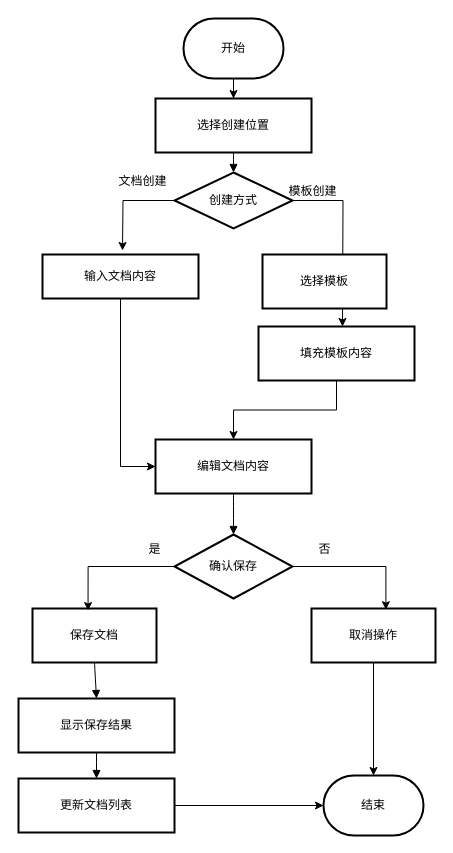
Above: 新建文档.drawio in Redbiga/drawStorage (draw.io), before the change. Source tidied: cells renumbered, new cells numbered last; positions are measured from the earlier drawing's top-left corner, leaving out a move shared by most shapes. Both pictures are drawn from the tidied source at 100%, with x=0, y=0 at pixel (18, 18).
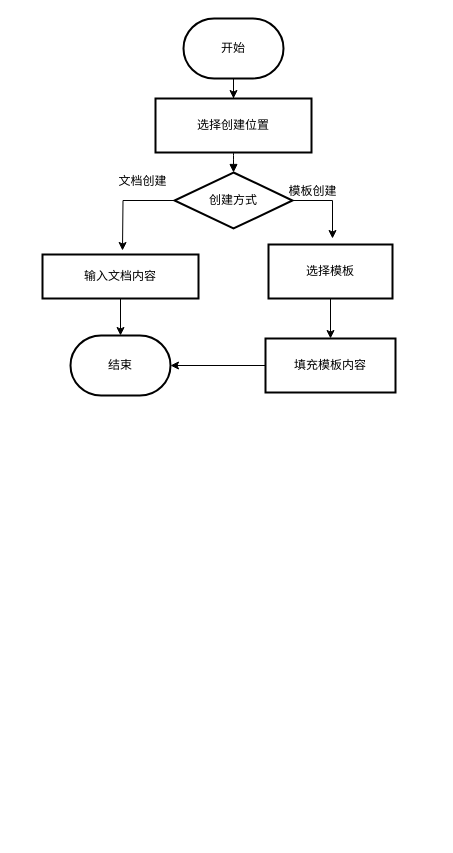
Above is the later version.

Commit message (it also covers changes not shown here):
更新新建文档.drawio

The change refers to these unchanged cells:
```xml
<mxCell id="5" value="创建方式" style="rhombus;strokeWidth=2;whiteSpace=wrap;" parent="1" vertex="1">
  <mxGeometry x="156" y="154" width="118" height="56" as="geometry" />
</mxCell>
<mxCell id="7" value="输入文档内容" style="whiteSpace=wrap;strokeWidth=2;" parent="1" vertex="1">
  <mxGeometry x="24" y="236" width="156" height="44" as="geometry" />
</mxCell>
```

What changed in the source:
```diff
@@
     <mxCell id="3" style="edgeStyle=orthogonalEdgeStyle;rounded=0;jettySize=auto;html=1;" parent="1" edge="1" source="5">
       <mxGeometry relative="1" as="geometry">
-        <mxPoint x="324" y="308" as="targetPoint" />
+        <mxPoint x="314" y="220" as="targetPoint" />
+        <Array as="points">
+          <mxPoint x="314" y="182" />
+        </Array>
       </mxGeometry>
     </mxCell>
@@
-    <mxCell id="6" style="edgeStyle=orthogonalEdgeStyle;rounded=0;jettySize=auto;html=1;entryX=0;entryY=0.5;entryDx=0;entryDy=0;" parent="1" edge="1" source="7" target="11">
-      <mxGeometry relative="1" as="geometry" />
-    </mxCell>
+    <mxCell id="32" style="edgeStyle=orthogonalEdgeStyle;rounded=0;jettySize=auto;html=1;" parent="1" edge="1" source="7" target="29">
+      <mxGeometry relative="1" as="geometry" />
+    </mxCell>
@@
+    <mxCell id="33" style="edgeStyle=orthogonalEdgeStyle;rounded=0;jettySize=auto;html=1;" parent="1" edge="1" source="8" target="10">
+      <mxGeometry relative="1" as="geometry" />
+    </mxCell>
     <mxCell id="8" value="选择模板" style="whiteSpace=wrap;strokeWidth=2;" parent="1" vertex="1">
-      <mxGeometry x="244" y="236" width="124" height="54" as="geometry" />
+      <mxGeometry x="250" y="226" width="124" height="54" as="geometry" />
     </mxCell>
-    <mxCell id="9" style="edgeStyle=orthogonalEdgeStyle;rounded=0;jettySize=auto;html=1;" parent="1" edge="1" source="10" target="11">
-      <mxGeometry relative="1" as="geometry" />
-    </mxCell>
+    <mxCell id="34" style="edgeStyle=orthogonalEdgeStyle;rounded=0;jettySize=auto;html=1;" parent="1" edge="1" source="10" target="29">
+      <mxGeometry relative="1" as="geometry" />
+    </mxCell>
     <mxCell id="10" value="填充模板内容" style="whiteSpace=wrap;strokeWidth=2;" parent="1" vertex="1">
-      <mxGeometry x="240" y="308" width="156" height="54" as="geometry" />
+      <mxGeometry x="247" y="320" width="130" height="54" as="geometry" />
     </mxCell>
-    <mxCell id="11" value="编辑文档内容" style="whiteSpace=wrap;strokeWidth=2;" parent="1" vertex="1">
-      <mxGeometry x="137" y="421" width="156" height="54" as="geometry" />
-    </mxCell>
-    <mxCell id="12" value="确认保存" style="rhombus;strokeWidth=2;whiteSpace=wrap;" parent="1" vertex="1">
-      <mxGeometry x="156" y="516" width="118" height="64" as="geometry" />
-    </mxCell>
-    <mxCell id="13" value="保存文档" style="whiteSpace=wrap;strokeWidth=2;" parent="1" vertex="1">
-      <mxGeometry x="14" y="590" width="124" height="54" as="geometry" />
-    </mxCell>
-    <mxCell id="14" value="显示保存结果" style="whiteSpace=wrap;strokeWidth=2;" parent="1" vertex="1">
-      <mxGeometry y="680" width="156" height="54" as="geometry" />
-    </mxCell>
-    <mxCell id="15" value="更新文档列表" style="whiteSpace=wrap;strokeWidth=2;" parent="1" vertex="1">
-      <mxGeometry y="760" width="156" height="54" as="geometry" />
-    </mxCell>
-    <mxCell id="16" value="取消操作" style="whiteSpace=wrap;strokeWidth=2;" parent="1" vertex="1">
-      <mxGeometry x="293" y="590" width="124" height="54" as="geometry" />
-    </mxCell>
@@
-    <mxCell id="18" style="curved=1;startArrow=none;endArrow=block;exitX=0.5;exitY=1.01;entryX=0.5;entryY=0;rounded=0;" parent="1" edge="1" source="11" target="12">
-      <mxGeometry relative="1" as="geometry" />
-    </mxCell>
-    <mxCell id="19" style="curved=1;startArrow=none;endArrow=block;exitX=0.5;exitY=1;entryX=0.5;entryY=0;rounded=0;" parent="1" edge="1" source="13" target="14">
-      <mxGeometry relative="1" as="geometry" />
-    </mxCell>
-    <mxCell id="20" style="curved=1;startArrow=none;endArrow=block;exitX=0.5;exitY=1;entryX=0.5;entryY=0;rounded=0;" parent="1" edge="1" source="14" target="15">
-      <mxGeometry relative="1" as="geometry" />
-    </mxCell>
@@
-    <mxCell id="25" style="edgeStyle=orthogonalEdgeStyle;rounded=0;jettySize=auto;html=1;entryX=0.448;entryY=0.037;entryDx=0;entryDy=0;entryPerimeter=0;" parent="1" edge="1" source="12" target="13">
-      <mxGeometry relative="1" as="geometry" />
-    </mxCell>
-    <mxCell id="26" style="edgeStyle=orthogonalEdgeStyle;rounded=0;jettySize=auto;html=1;entryX=0.6;entryY=0.022;entryDx=0;entryDy=0;entryPerimeter=0;" parent="1" edge="1" source="12" target="16">
-      <mxGeometry relative="1" as="geometry" />
-    </mxCell>
-    <mxCell id="27" value="是" style="text;html=1;align=center;verticalAlign=middle;strokeColor=none;fillColor=none;" parent="1" vertex="1">
-      <mxGeometry x="116" y="516" width="40" height="30" as="geometry" />
-    </mxCell>
-    <mxCell id="28" value="否" style="text;html=1;align=center;verticalAlign=middle;strokeColor=none;fillColor=none;" parent="1" vertex="1">
-      <mxGeometry x="286" y="516" width="40" height="30" as="geometry" />
-    </mxCell>
     <mxCell id="29" value="结束" style="strokeWidth=2;html=1;shape=mxgraph.flowchart.terminator;whiteSpace=wrap;" parent="1" vertex="1">
-      <mxGeometry x="305" y="757" width="100" height="60" as="geometry" />
+      <mxGeometry x="52" y="317" width="100" height="60" as="geometry" />
     </mxCell>
-    <mxCell id="30" style="edgeStyle=orthogonalEdgeStyle;rounded=0;jettySize=auto;html=1;entryX=0;entryY=0.5;entryDx=0;entryDy=0;entryPerimeter=0;" parent="1" edge="1" source="15" target="29">
-      <mxGeometry relative="1" as="geometry" />
-    </mxCell>
-    <mxCell id="31" style="edgeStyle=orthogonalEdgeStyle;rounded=0;jettySize=auto;html=1;entryX=0.5;entryY=0;entryDx=0;entryDy=0;entryPerimeter=0;" parent="1" edge="1" source="16" target="29">
-      <mxGeometry relative="1" as="geometry" />
-    </mxCell>
```
